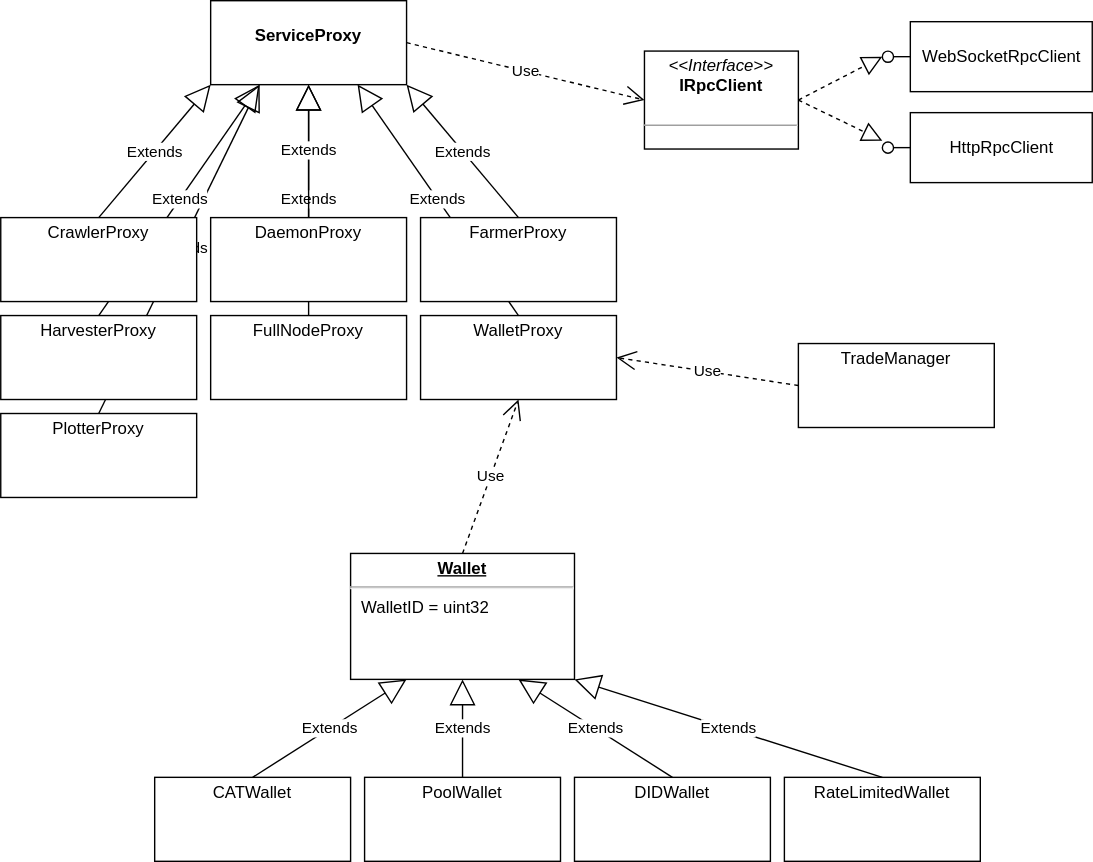
Above: docs/images/uml.svg in dkackman/chia-dotnet (draw.io), before the change. Source tidied: cells renumbered, new cells last; positions are measured from the earlier drawing's top-left corner, leaving out a move shared by most shapes. Its diagram source:
```xml
<mxGraphModel>
  <root>
    <mxCell id="0" />
    <mxCell id="1" parent="0" />
    <mxCell id="2" value="Extends" style="endArrow=block;endSize=16;endFill=0;html=1;exitX=0.5;exitY=0;exitDx=0;exitDy=0;entryX=0.25;entryY=1;entryDx=0;entryDy=0;" parent="1" edge="1" source="36" target="6">
      <mxGeometry relative="1" as="geometry" />
    </mxCell>
    <mxCell id="3" value="Extends" style="endArrow=block;endSize=16;endFill=0;html=1;exitX=0.5;exitY=0;exitDx=0;exitDy=0;entryX=0.25;entryY=1;entryDx=0;entryDy=0;" parent="1" edge="1" source="20" target="6">
      <mxGeometry relative="1" as="geometry" />
    </mxCell>
    <mxCell id="4" value="Extends" style="endArrow=block;endSize=16;endFill=0;html=1;exitX=0.5;exitY=0;exitDx=0;exitDy=0;entryX=0.5;entryY=1;entryDx=0;entryDy=0;" parent="1" edge="1" source="22" target="6">
      <mxGeometry relative="1" as="geometry" />
    </mxCell>
    <mxCell id="5" value="Extends" style="endArrow=block;endSize=16;endFill=0;html=1;exitX=0.5;exitY=0;exitDx=0;exitDy=0;entryX=0.75;entryY=1;entryDx=0;entryDy=0;" parent="1" edge="1" source="23" target="6">
      <mxGeometry relative="1" as="geometry" />
    </mxCell>
    <mxCell id="6" value="&lt;p style=&quot;margin: 0px ; margin-top: 4px ; text-align: center&quot;&gt;&lt;br&gt;&lt;b&gt;ServiceProxy&lt;/b&gt;&lt;/p&gt;" style="verticalAlign=top;align=left;overflow=fill;fontSize=12;fontFamily=Helvetica;html=1;" parent="1" vertex="1">
      <mxGeometry x="150" width="140" height="60" as="geometry" />
    </mxCell>
    <mxCell id="7" value="&lt;p style=&quot;margin: 0px ; margin-top: 4px ; text-align: center&quot;&gt;&lt;i&gt;&amp;lt;&amp;lt;Interface&amp;gt;&amp;gt;&lt;/i&gt;&lt;br&gt;&lt;b&gt;IRpcClient&lt;/b&gt;&lt;/p&gt;&lt;br&gt;&lt;hr size=&quot;1&quot;&gt;&lt;p style=&quot;margin: 0px ; margin-left: 4px&quot;&gt;&lt;br&gt;&lt;/p&gt;" style="verticalAlign=top;align=left;overflow=fill;fontSize=12;fontFamily=Helvetica;html=1;" parent="1" vertex="1">
      <mxGeometry x="460" y="36" width="110" height="70" as="geometry" />
    </mxCell>
    <mxCell id="8" value="Use" style="endArrow=open;endSize=12;dashed=1;html=1;entryX=0;entryY=0.5;entryDx=0;entryDy=0;exitX=1;exitY=0.5;exitDx=0;exitDy=0;" parent="1" edge="1" source="6" target="7">
      <mxGeometry relative="1" as="geometry" />
    </mxCell>
    <mxCell id="9" style="endArrow=block;dashed=1;endFill=0;endSize=12;html=1;exitX=1;exitY=0.5;exitDx=0;exitDy=0;entryX=0;entryY=0.5;entryDx=0;entryDy=0;" parent="1" edge="1" source="7">
      <mxGeometry relative="1" as="geometry">
        <mxPoint x="630" y="40" as="targetPoint" />
      </mxGeometry>
    </mxCell>
    <mxCell id="10" style="endArrow=block;dashed=1;endFill=0;endSize=12;html=1;exitX=1;exitY=0.5;exitDx=0;exitDy=0;" parent="1" edge="1" source="7">
      <mxGeometry relative="1" as="geometry">
        <mxPoint x="630" y="100" as="targetPoint" />
      </mxGeometry>
    </mxCell>
    <mxCell id="11" value="WebSocketRpcClient" style="html=1;rounded=0;" parent="1" vertex="1">
      <mxGeometry x="650" y="15" width="130" height="50" as="geometry" />
    </mxCell>
    <mxCell id="12" style="endArrow=none;html=1;rounded=0;align=center;verticalAlign=top;endFill=0;labelBackgroundColor=none;endSize=2;" parent="1" edge="1" source="11" target="13">
      <mxGeometry relative="1" as="geometry" />
    </mxCell>
    <mxCell id="13" style="ellipse;html=1;fontSize=11;align=center;fillColor=none;points=[];verticalAlign=bottom;labelPosition=center;verticalLabelPosition=top;flipH=1;" parent="1" vertex="1">
      <mxGeometry x="630" y="36" width="8" height="8" as="geometry" />
    </mxCell>
    <mxCell id="14" value="HttpRpcClient" style="html=1;rounded=0;" parent="1" vertex="1">
      <mxGeometry x="650" y="80" width="130" height="50" as="geometry" />
    </mxCell>
    <mxCell id="15" style="endArrow=none;html=1;rounded=0;align=center;verticalAlign=top;endFill=0;labelBackgroundColor=none;endSize=2;" parent="1" edge="1" source="14" target="16">
      <mxGeometry relative="1" as="geometry" />
    </mxCell>
    <mxCell id="16" style="ellipse;html=1;fontSize=11;align=center;fillColor=none;points=[];verticalAlign=bottom;labelPosition=center;verticalLabelPosition=top;flipH=1;" parent="1" vertex="1">
      <mxGeometry x="630" y="101" width="8" height="8" as="geometry" />
    </mxCell>
    <mxCell id="17" value="&lt;p style=&quot;margin: 0px ; margin-top: 4px ; text-align: center&quot;&gt;CrawlerProxy&lt;/p&gt;" style="verticalAlign=top;align=left;overflow=fill;fontSize=12;fontFamily=Helvetica;html=1;" parent="1" vertex="1">
      <mxGeometry y="155" width="140" height="60" as="geometry" />
    </mxCell>
    <mxCell id="18" value="Extends" style="endArrow=block;endSize=16;endFill=0;html=1;exitX=0.5;exitY=0;exitDx=0;exitDy=0;entryX=0;entryY=1;entryDx=0;entryDy=0;" parent="1" edge="1" source="17" target="6">
      <mxGeometry relative="1" as="geometry" />
    </mxCell>
    <mxCell id="19" value="&lt;p style=&quot;margin: 0px ; margin-top: 4px ; text-align: center&quot;&gt;DaemonProxy&lt;/p&gt;" style="verticalAlign=top;align=left;overflow=fill;fontSize=12;fontFamily=Helvetica;html=1;" parent="1" vertex="1">
      <mxGeometry x="150" y="155" width="140" height="60" as="geometry" />
    </mxCell>
    <mxCell id="20" value="&lt;p style=&quot;margin: 0px ; margin-top: 4px ; text-align: center&quot;&gt;HarvesterProxy&lt;/p&gt;" style="verticalAlign=top;align=left;overflow=fill;fontSize=12;fontFamily=Helvetica;html=1;" parent="1" vertex="1">
      <mxGeometry y="225" width="140" height="60" as="geometry" />
    </mxCell>
    <mxCell id="21" value="&lt;p style=&quot;margin: 0px ; margin-top: 4px ; text-align: center&quot;&gt;FarmerProxy&lt;/p&gt;" style="verticalAlign=top;align=left;overflow=fill;fontSize=12;fontFamily=Helvetica;html=1;" parent="1" vertex="1">
      <mxGeometry x="300" y="155" width="140" height="60" as="geometry" />
    </mxCell>
    <mxCell id="22" value="&lt;p style=&quot;margin: 0px ; margin-top: 4px ; text-align: center&quot;&gt;FullNodeProxy&lt;/p&gt;" style="verticalAlign=top;align=left;overflow=fill;fontSize=12;fontFamily=Helvetica;html=1;" parent="1" vertex="1">
      <mxGeometry x="150" y="225" width="140" height="60" as="geometry" />
    </mxCell>
    <mxCell id="23" value="&lt;p style=&quot;margin: 0px ; margin-top: 4px ; text-align: center&quot;&gt;WalletProxy&lt;/p&gt;" style="verticalAlign=top;align=left;overflow=fill;fontSize=12;fontFamily=Helvetica;html=1;" parent="1" vertex="1">
      <mxGeometry x="300" y="225" width="140" height="60" as="geometry" />
    </mxCell>
    <mxCell id="24" value="Extends" style="endArrow=block;endSize=16;endFill=0;html=1;exitX=0.5;exitY=0;exitDx=0;exitDy=0;entryX=1;entryY=1;entryDx=0;entryDy=0;" parent="1" edge="1" source="21" target="6">
      <mxGeometry relative="1" as="geometry" />
    </mxCell>
    <mxCell id="25" value="Extends" style="endArrow=block;endSize=16;endFill=0;html=1;exitX=0.5;exitY=0;exitDx=0;exitDy=0;entryX=0.5;entryY=1;entryDx=0;entryDy=0;" parent="1" edge="1" source="19" target="6">
      <mxGeometry relative="1" as="geometry" />
    </mxCell>
    <mxCell id="26" value="&lt;p style=&quot;margin: 0px ; margin-top: 4px ; text-align: center&quot;&gt;TradeManager&lt;/p&gt;" style="verticalAlign=top;align=left;overflow=fill;fontSize=12;fontFamily=Helvetica;html=1;" parent="1" vertex="1">
      <mxGeometry x="570" y="245" width="140" height="60" as="geometry" />
    </mxCell>
    <mxCell id="27" value="Use" style="endArrow=open;endSize=12;dashed=1;html=1;entryX=1;entryY=0.5;entryDx=0;entryDy=0;exitX=0;exitY=0.5;exitDx=0;exitDy=0;" parent="1" edge="1" source="26" target="23">
      <mxGeometry relative="1" as="geometry" />
    </mxCell>
    <mxCell id="28" value="&lt;p style=&quot;margin: 0px ; margin-top: 4px ; text-align: center ; text-decoration: underline&quot;&gt;&lt;b&gt;Wallet&lt;/b&gt;&lt;/p&gt;&lt;hr&gt;&lt;p style=&quot;margin: 0px ; margin-left: 8px&quot;&gt;WalletID = uint32&lt;br&gt;&lt;/p&gt;" style="verticalAlign=top;align=left;overflow=fill;fontSize=12;fontFamily=Helvetica;html=1;" parent="1" vertex="1">
      <mxGeometry x="250" y="395" width="160" height="90" as="geometry" />
    </mxCell>
    <mxCell id="29" value="&lt;p style=&quot;margin: 0px ; margin-top: 4px ; text-align: center&quot;&gt;CATWallet&lt;/p&gt;" style="verticalAlign=top;align=left;overflow=fill;fontSize=12;fontFamily=Helvetica;html=1;" parent="1" vertex="1">
      <mxGeometry x="110" y="555" width="140" height="60" as="geometry" />
    </mxCell>
    <mxCell id="30" value="Extends" style="endArrow=block;endSize=16;endFill=0;html=1;exitX=0.5;exitY=0;exitDx=0;exitDy=0;entryX=0.25;entryY=1;entryDx=0;entryDy=0;" parent="1" edge="1" source="29" target="28">
      <mxGeometry relative="1" as="geometry" />
    </mxCell>
    <mxCell id="31" value="&lt;p style=&quot;margin: 0px ; margin-top: 4px ; text-align: center&quot;&gt;PoolWallet&lt;/p&gt;" style="verticalAlign=top;align=left;overflow=fill;fontSize=12;fontFamily=Helvetica;html=1;" parent="1" vertex="1">
      <mxGeometry x="260" y="555" width="140" height="60" as="geometry" />
    </mxCell>
    <mxCell id="32" value="Use" style="endArrow=open;endSize=12;dashed=1;html=1;entryX=0.5;entryY=1;entryDx=0;entryDy=0;exitX=0.5;exitY=0;exitDx=0;exitDy=0;" parent="1" edge="1" source="28" target="23">
      <mxGeometry relative="1" as="geometry" />
    </mxCell>
    <mxCell id="33" value="Extends" style="endArrow=block;endSize=16;endFill=0;html=1;exitX=0.5;exitY=0;exitDx=0;exitDy=0;entryX=0.25;entryY=1;entryDx=0;entryDy=0;" parent="1" edge="1" source="31">
      <mxGeometry relative="1" as="geometry">
        <mxPoint x="330" y="485" as="targetPoint" />
      </mxGeometry>
    </mxCell>
    <mxCell id="34" value="&lt;p style=&quot;margin: 0px ; margin-top: 4px ; text-align: center&quot;&gt;DIDWallet&lt;/p&gt;" style="verticalAlign=top;align=left;overflow=fill;fontSize=12;fontFamily=Helvetica;html=1;" parent="1" vertex="1">
      <mxGeometry x="410" y="555" width="140" height="60" as="geometry" />
    </mxCell>
    <mxCell id="35" value="Extends" style="endArrow=block;endSize=16;endFill=0;html=1;exitX=0.5;exitY=0;exitDx=0;exitDy=0;entryX=0.75;entryY=1;entryDx=0;entryDy=0;" parent="1" edge="1" source="34" target="28">
      <mxGeometry relative="1" as="geometry" />
    </mxCell>
    <mxCell id="36" value="&lt;p style=&quot;margin: 0px ; margin-top: 4px ; text-align: center&quot;&gt;PlotterProxy&lt;/p&gt;" style="verticalAlign=top;align=left;overflow=fill;fontSize=12;fontFamily=Helvetica;html=1;" parent="1" vertex="1">
      <mxGeometry y="295" width="140" height="60" as="geometry" />
    </mxCell>
    <mxCell id="37" value="&lt;p style=&quot;margin: 0px ; margin-top: 4px ; text-align: center&quot;&gt;RateLimitedWallet&lt;/p&gt;" style="verticalAlign=top;align=left;overflow=fill;fontSize=12;fontFamily=Helvetica;html=1;" parent="1" vertex="1">
      <mxGeometry x="560" y="555" width="140" height="60" as="geometry" />
    </mxCell>
    <mxCell id="38" value="Extends" style="endArrow=block;endSize=16;endFill=0;html=1;exitX=0.5;exitY=0;exitDx=0;exitDy=0;entryX=1;entryY=1;entryDx=0;entryDy=0;" parent="1" edge="1" source="37" target="28">
      <mxGeometry relative="1" as="geometry" />
    </mxCell>
  </root>
</mxGraphModel>
```
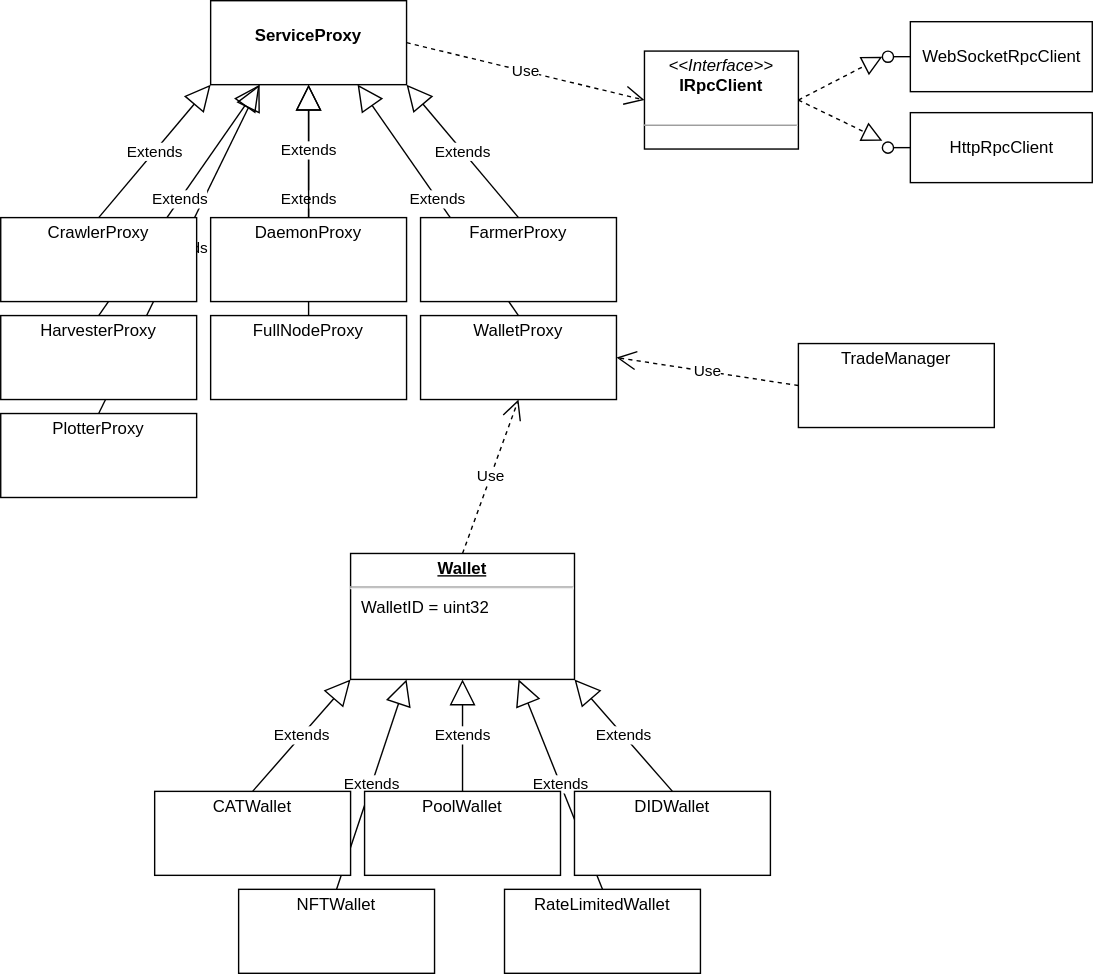
The same file after the commit.

The edit, as a diff of the source:
```diff
@@ -2,6 +2,12 @@
   <root>
     <mxCell id="0" />
     <mxCell id="1" parent="0" />
+    <mxCell id="38" value="Extends" style="endArrow=block;endSize=16;endFill=0;html=1;exitX=0.5;exitY=0;exitDx=0;exitDy=0;entryX=0.75;entryY=1;entryDx=0;entryDy=0;" parent="1" edge="1" source="37" target="28">
+      <mxGeometry relative="1" as="geometry" />
+    </mxCell>
+    <mxCell id="39" value="Extends" style="endArrow=block;endSize=16;endFill=0;html=1;exitX=0.5;exitY=0;exitDx=0;exitDy=0;entryX=0.25;entryY=1;entryDx=0;entryDy=0;" parent="1" edge="1" source="40" target="28">
+      <mxGeometry relative="1" as="geometry" />
+    </mxCell>
     <mxCell id="2" value="Extends" style="endArrow=block;endSize=16;endFill=0;html=1;exitX=0.5;exitY=0;exitDx=0;exitDy=0;entryX=0.25;entryY=1;entryDx=0;entryDy=0;" parent="1" edge="1" source="36" target="6">
       <mxGeometry relative="1" as="geometry" />
     </mxCell>
@@ -88,36 +94,34 @@
       <mxGeometry x="250" y="395" width="160" height="90" as="geometry" />
     </mxCell>
     <mxCell id="29" value="&lt;p style=&quot;margin: 0px ; margin-top: 4px ; text-align: center&quot;&gt;CATWallet&lt;/p&gt;" style="verticalAlign=top;align=left;overflow=fill;fontSize=12;fontFamily=Helvetica;html=1;" parent="1" vertex="1">
-      <mxGeometry x="110" y="555" width="140" height="60" as="geometry" />
+      <mxGeometry x="110" y="565" width="140" height="60" as="geometry" />
     </mxCell>
-    <mxCell id="30" value="Extends" style="endArrow=block;endSize=16;endFill=0;html=1;exitX=0.5;exitY=0;exitDx=0;exitDy=0;entryX=0.25;entryY=1;entryDx=0;entryDy=0;" parent="1" edge="1" source="29" target="28">
+    <mxCell id="30" value="Extends" style="endArrow=block;endSize=16;endFill=0;html=1;exitX=0.5;exitY=0;exitDx=0;exitDy=0;entryX=0;entryY=1;entryDx=0;entryDy=0;" parent="1" edge="1" source="29" target="28">
       <mxGeometry relative="1" as="geometry" />
     </mxCell>
     <mxCell id="31" value="&lt;p style=&quot;margin: 0px ; margin-top: 4px ; text-align: center&quot;&gt;PoolWallet&lt;/p&gt;" style="verticalAlign=top;align=left;overflow=fill;fontSize=12;fontFamily=Helvetica;html=1;" parent="1" vertex="1">
-      <mxGeometry x="260" y="555" width="140" height="60" as="geometry" />
+      <mxGeometry x="260" y="565" width="140" height="60" as="geometry" />
     </mxCell>
     <mxCell id="32" value="Use" style="endArrow=open;endSize=12;dashed=1;html=1;entryX=0.5;entryY=1;entryDx=0;entryDy=0;exitX=0.5;exitY=0;exitDx=0;exitDy=0;" parent="1" edge="1" source="28" target="23">
       <mxGeometry relative="1" as="geometry" />
     </mxCell>
-    <mxCell id="33" value="Extends" style="endArrow=block;endSize=16;endFill=0;html=1;exitX=0.5;exitY=0;exitDx=0;exitDy=0;entryX=0.25;entryY=1;entryDx=0;entryDy=0;" parent="1" edge="1" source="31">
-      <mxGeometry relative="1" as="geometry">
-        <mxPoint x="330" y="485" as="targetPoint" />
-      </mxGeometry>
+    <mxCell id="33" value="Extends" style="endArrow=block;endSize=16;endFill=0;html=1;exitX=0.5;exitY=0;exitDx=0;exitDy=0;entryX=0.5;entryY=1;entryDx=0;entryDy=0;" parent="1" edge="1" source="31" target="28">
+      <mxGeometry relative="1" as="geometry" />
     </mxCell>
     <mxCell id="34" value="&lt;p style=&quot;margin: 0px ; margin-top: 4px ; text-align: center&quot;&gt;DIDWallet&lt;/p&gt;" style="verticalAlign=top;align=left;overflow=fill;fontSize=12;fontFamily=Helvetica;html=1;" parent="1" vertex="1">
-      <mxGeometry x="410" y="555" width="140" height="60" as="geometry" />
+      <mxGeometry x="410" y="565" width="140" height="60" as="geometry" />
     </mxCell>
-    <mxCell id="35" value="Extends" style="endArrow=block;endSize=16;endFill=0;html=1;exitX=0.5;exitY=0;exitDx=0;exitDy=0;entryX=0.75;entryY=1;entryDx=0;entryDy=0;" parent="1" edge="1" source="34" target="28">
+    <mxCell id="35" value="Extends" style="endArrow=block;endSize=16;endFill=0;html=1;exitX=0.5;exitY=0;exitDx=0;exitDy=0;entryX=1;entryY=1;entryDx=0;entryDy=0;" parent="1" edge="1" source="34" target="28">
       <mxGeometry relative="1" as="geometry" />
     </mxCell>
     <mxCell id="36" value="&lt;p style=&quot;margin: 0px ; margin-top: 4px ; text-align: center&quot;&gt;PlotterProxy&lt;/p&gt;" style="verticalAlign=top;align=left;overflow=fill;fontSize=12;fontFamily=Helvetica;html=1;" parent="1" vertex="1">
       <mxGeometry y="295" width="140" height="60" as="geometry" />
     </mxCell>
     <mxCell id="37" value="&lt;p style=&quot;margin: 0px ; margin-top: 4px ; text-align: center&quot;&gt;RateLimitedWallet&lt;/p&gt;" style="verticalAlign=top;align=left;overflow=fill;fontSize=12;fontFamily=Helvetica;html=1;" parent="1" vertex="1">
-      <mxGeometry x="560" y="555" width="140" height="60" as="geometry" />
+      <mxGeometry x="360" y="635" width="140" height="60" as="geometry" />
     </mxCell>
-    <mxCell id="38" value="Extends" style="endArrow=block;endSize=16;endFill=0;html=1;exitX=0.5;exitY=0;exitDx=0;exitDy=0;entryX=1;entryY=1;entryDx=0;entryDy=0;" parent="1" edge="1" source="37" target="28">
-      <mxGeometry relative="1" as="geometry" />
-    </mxCell>
+    <mxCell id="40" value="&lt;p style=&quot;margin: 0px ; margin-top: 4px ; text-align: center&quot;&gt;NFTWallet&lt;/p&gt;" style="verticalAlign=top;align=left;overflow=fill;fontSize=12;fontFamily=Helvetica;html=1;" parent="1" vertex="1">
+      <mxGeometry x="170" y="635" width="140" height="60" as="geometry" />
+    </mxCell>
   </root>
 </mxGraphModel>
```
